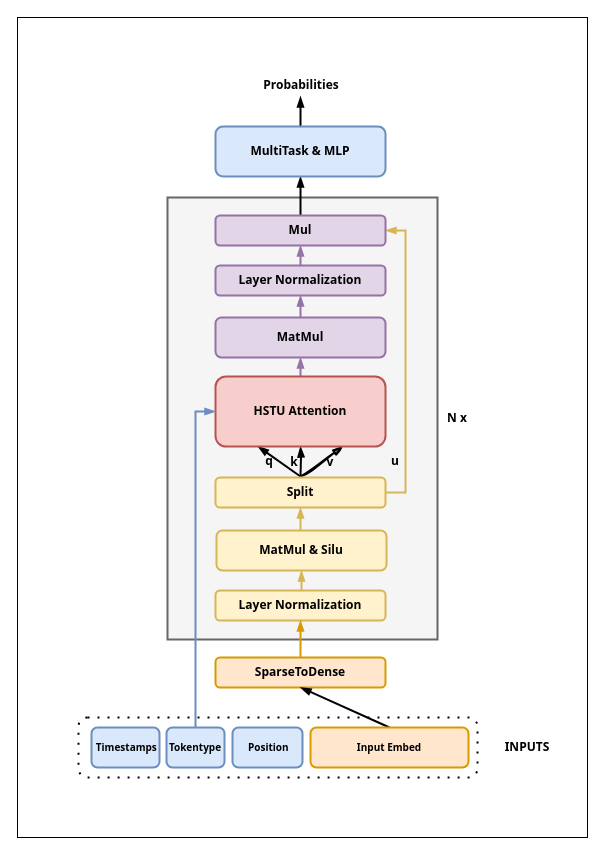
Before: HSTU.drawio in JackHsiung/totoro, a draw.io diagram. Source tidied: cells renumbered, new cells numbered last; positions are measured from the earlier drawing's top-left corner, leaving out a move shared by most shapes. Both pictures are drawn from the tidied source at 100%, with x=0, y=0 at pixel (17, 17).
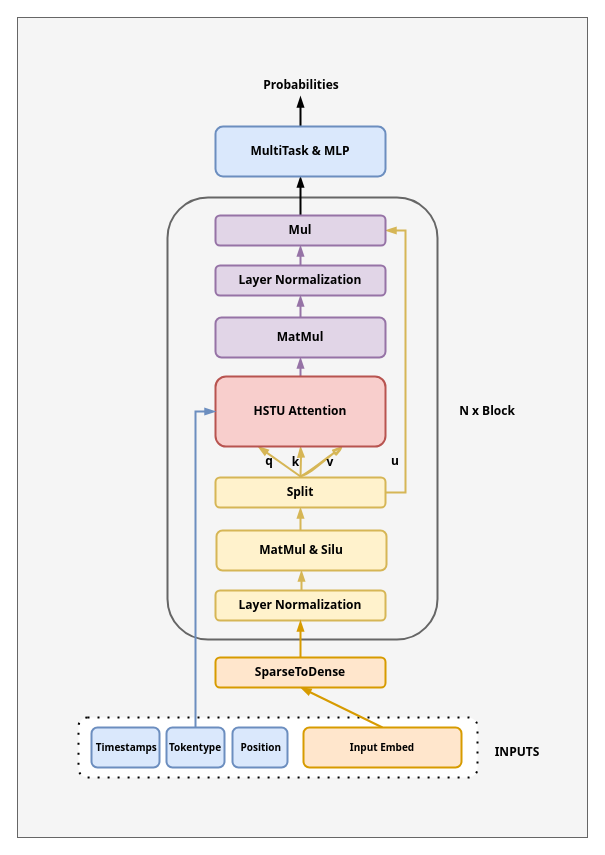
The same page after the edit.

The change refers to these unchanged cells:
```xml
<mxCell id="15" value="&lt;b&gt;HSTU Attention&lt;/b&gt;" style="rounded=1;whiteSpace=wrap;html=1;hachureGap=4;fontFamily=Tahoma;strokeWidth=2;fillColor=#f8cecc;strokeColor=#b85450;" parent="1" vertex="1">
  <mxGeometry x="198" y="359" width="170" height="70" as="geometry" />
</mxCell>
<mxCell id="27" value="&lt;b&gt;SparseToDense&lt;/b&gt;" style="rounded=1;whiteSpace=wrap;html=1;hachureGap=4;fontFamily=Tahoma;strokeWidth=2;fillColor=#ffe6cc;strokeColor=#d79b00;" parent="1" vertex="1">
  <mxGeometry x="198" y="640" width="170" height="30" as="geometry" />
</mxCell>
```

Diff of the diagram source:
```diff
@@
-    <mxCell id="2" style="rounded=0;whiteSpace=wrap;html=1;hachureGap=4;fontFamily=Architects Daughter;" parent="1" vertex="1">
+    <mxCell id="2" style="rounded=0;whiteSpace=wrap;html=1;hachureGap=4;fontFamily=Architects Daughter;fillColor=#f5f5f5;fontColor=#333333;strokeColor=#666666;" parent="1" vertex="1">
       <mxGeometry width="570" height="820" as="geometry" />
     </mxCell>
@@
-    <mxCell id="4" style="rounded=0;whiteSpace=wrap;html=1;hachureGap=4;fontFamily=Architects Daughter;strokeWidth=2;fillColor=#f5f5f5;fontColor=#333333;strokeColor=#666666;" parent="1" vertex="1">
+    <mxCell id="4" style="rounded=1;whiteSpace=wrap;html=1;hachureGap=4;fontFamily=Architects Daughter;strokeWidth=2;fillColor=#f5f5f5;fontColor=#333333;strokeColor=#666666;shadow=0;glass=0;" parent="1" vertex="1">
       <mxGeometry x="150" y="180" width="270" height="442" as="geometry" />
     </mxCell>
@@
-    <mxCell id="9" style="rounded=0;hachureGap=4;jettySize=auto;html=1;exitX=0.5;exitY=0;exitDx=0;exitDy=0;entryX=0.25;entryY=1;entryDx=0;entryDy=0;fontFamily=Architects Daughter;strokeWidth=2;endArrow=blockThin;endFill=1;" parent="1" edge="1" target="15">
+    <mxCell id="9" style="rounded=0;hachureGap=4;jettySize=auto;html=1;exitX=0.5;exitY=0;exitDx=0;exitDy=0;entryX=0.25;entryY=1;entryDx=0;entryDy=0;fontFamily=Architects Daughter;strokeWidth=2;endArrow=blockThin;endFill=1;fillColor=#fff2cc;strokeColor=#d6b656;" parent="1" edge="1" target="15">
       <mxGeometry relative="1" as="geometry">
         <mxPoint x="283" y="459" as="sourcePoint" />
       </mxGeometry>
     </mxCell>
-    <mxCell id="10" style="edgeStyle=orthogonalEdgeStyle;rounded=0;hachureGap=4;jettySize=auto;html=1;exitX=0.5;exitY=0;exitDx=0;exitDy=0;fontFamily=Architects Daughter;strokeWidth=2;endArrow=blockThin;endFill=1;" parent="1" edge="1" target="15">
+    <mxCell id="10" style="edgeStyle=orthogonalEdgeStyle;rounded=0;hachureGap=4;jettySize=auto;html=1;exitX=0.5;exitY=0;exitDx=0;exitDy=0;fontFamily=Architects Daughter;strokeWidth=2;endArrow=blockThin;endFill=1;fillColor=#fff2cc;strokeColor=#d6b656;" parent="1" edge="1" target="15">
       <mxGeometry relative="1" as="geometry">
         <mxPoint x="283" y="459" as="sourcePoint" />
       </mxGeometry>
     </mxCell>
-    <mxCell id="11" style="rounded=0;sketch=1;hachureGap=4;jiggle=2;curveFitting=1;jettySize=auto;html=1;exitX=0.5;exitY=0;exitDx=0;exitDy=0;entryX=0.75;entryY=1;entryDx=0;entryDy=0;fontFamily=Architects Daughter;strokeWidth=2;endArrow=blockThin;endFill=1;" parent="1" edge="1" target="15">
+    <mxCell id="11" style="rounded=0;sketch=1;hachureGap=4;jiggle=2;curveFitting=1;jettySize=auto;html=1;exitX=0.5;exitY=0;exitDx=0;exitDy=0;entryX=0.75;entryY=1;entryDx=0;entryDy=0;fontFamily=Architects Daughter;strokeWidth=2;endArrow=blockThin;endFill=1;fillColor=#fff2cc;strokeColor=#d6b656;" parent="1" edge="1" target="15">
       <mxGeometry relative="1" as="geometry">
         <mxPoint x="283" y="459" as="sourcePoint" />
       </mxGeometry>
     </mxCell>
@@
-    <mxCell id="20" value="q" style="text;html=1;align=center;verticalAlign=middle;whiteSpace=wrap;rounded=0;fontFamily=Tahoma;fontStyle=1;" parent="1" vertex="1">
+    <mxCell id="20" value="q" style="text;html=1;align=center;verticalAlign=middle;whiteSpace=wrap;rounded=0;fontFamily=Tahoma;fontStyle=1;fillColor=none;strokeColor=none;" parent="1" vertex="1">
       <mxGeometry x="242" y="434" width="20" height="20" as="geometry" />
     </mxCell>
-    <mxCell id="21" value="k" style="text;html=1;align=center;verticalAlign=middle;whiteSpace=wrap;rounded=0;fontFamily=Tahoma;fontStyle=1;" parent="1" vertex="1">
-      <mxGeometry x="267" y="435" width="20" height="20" as="geometry" />
+    <mxCell id="21" value="k" style="text;html=1;align=center;verticalAlign=middle;whiteSpace=wrap;rounded=0;fontFamily=Tahoma;fontStyle=1;fillColor=none;strokeColor=none;" parent="1" vertex="1">
+      <mxGeometry x="270" y="435" width="17" height="20" as="geometry" />
     </mxCell>
-    <mxCell id="22" value="v" style="text;html=1;align=center;verticalAlign=middle;whiteSpace=wrap;rounded=0;fontFamily=Tahoma;fontStyle=1;" parent="1" vertex="1">
+    <mxCell id="22" value="v" style="text;html=1;align=center;verticalAlign=middle;whiteSpace=wrap;rounded=0;fontFamily=Tahoma;fontStyle=1;fillColor=none;strokeColor=none;" parent="1" vertex="1">
       <mxGeometry x="303" y="435" width="20" height="20" as="geometry" />
     </mxCell>
-    <mxCell id="23" value="&lt;b&gt;u&lt;/b&gt;" style="text;html=1;align=center;verticalAlign=middle;whiteSpace=wrap;rounded=0;fontFamily=Tahoma;" parent="1" vertex="1">
+    <mxCell id="23" value="&lt;b&gt;u&lt;/b&gt;" style="text;html=1;align=center;verticalAlign=middle;whiteSpace=wrap;rounded=0;fontFamily=Tahoma;fillColor=none;strokeColor=none;" parent="1" vertex="1">
       <mxGeometry x="368" y="434" width="20" height="20" as="geometry" />
     </mxCell>
@@
-    <mxCell id="28" value="N x" style="text;html=1;align=center;verticalAlign=middle;whiteSpace=wrap;rounded=0;fontFamily=Tahoma;strokeWidth=2;fontStyle=1;" parent="1" vertex="1">
-      <mxGeometry x="410" y="386" width="60" height="30" as="geometry" />
+    <mxCell id="28" value="N x Block" style="text;html=1;align=center;verticalAlign=middle;whiteSpace=wrap;rounded=0;fontFamily=Tahoma;strokeWidth=2;fontStyle=1;" parent="1" vertex="1">
+      <mxGeometry x="440" y="379" width="60" height="30" as="geometry" />
     </mxCell>
@@
-    <mxCell id="30" style="rounded=0;hachureGap=4;jettySize=auto;html=1;exitX=0.5;exitY=0;exitDx=0;exitDy=0;entryX=0.5;entryY=1;entryDx=0;entryDy=0;fontFamily=Architects Daughter;strokeWidth=2;endArrow=blockThin;endFill=1;elbow=vertical;" parent="1" edge="1" source="31" target="27">
+    <mxCell id="30" style="rounded=0;hachureGap=4;jettySize=auto;html=1;exitX=0.5;exitY=0;exitDx=0;exitDy=0;entryX=0.5;entryY=1;entryDx=0;entryDy=0;fontFamily=Architects Daughter;strokeWidth=2;endArrow=blockThin;endFill=1;elbow=vertical;fillColor=#ffe6cc;strokeColor=#d79b00;" parent="1" edge="1" source="31" target="27">
       <mxGeometry relative="1" as="geometry" />
     </mxCell>
     <mxCell id="31" value="&lt;b&gt;&lt;font style=&quot;font-size: 10px;&quot;&gt;Input Embed&lt;/font&gt;&lt;/b&gt;" style="rounded=1;whiteSpace=wrap;html=1;hachureGap=4;fontFamily=Tahoma;strokeWidth=2;fillColor=#ffe6cc;strokeColor=#d79b00;" parent="1" vertex="1">
-      <mxGeometry x="293" y="710" width="158" height="40" as="geometry" />
+      <mxGeometry x="286" y="710" width="158" height="40" as="geometry" />
     </mxCell>
     <mxCell id="32" value="&lt;b&gt;&lt;font style=&quot;font-size: 10px;&quot;&gt;&amp;nbsp;Position&lt;/font&gt;&lt;/b&gt;" style="rounded=1;whiteSpace=wrap;html=1;hachureGap=4;fontFamily=Tahoma;strokeWidth=2;fillColor=#dae8fc;strokeColor=#6c8ebf;" parent="1" vertex="1">
-      <mxGeometry x="215" y="710" width="70" height="40" as="geometry" />
+      <mxGeometry x="215" y="710" width="55" height="40" as="geometry" />
     </mxCell>
@@
     <mxCell id="38" value="INPUTS" style="text;html=1;align=center;verticalAlign=middle;whiteSpace=wrap;rounded=0;fontFamily=Tahoma;strokeWidth=2;fontStyle=1;" parent="1" vertex="1">
-      <mxGeometry x="480" y="715" width="60" height="30" as="geometry" />
+      <mxGeometry x="470" y="720" width="60" height="30" as="geometry" />
     </mxCell>
```
